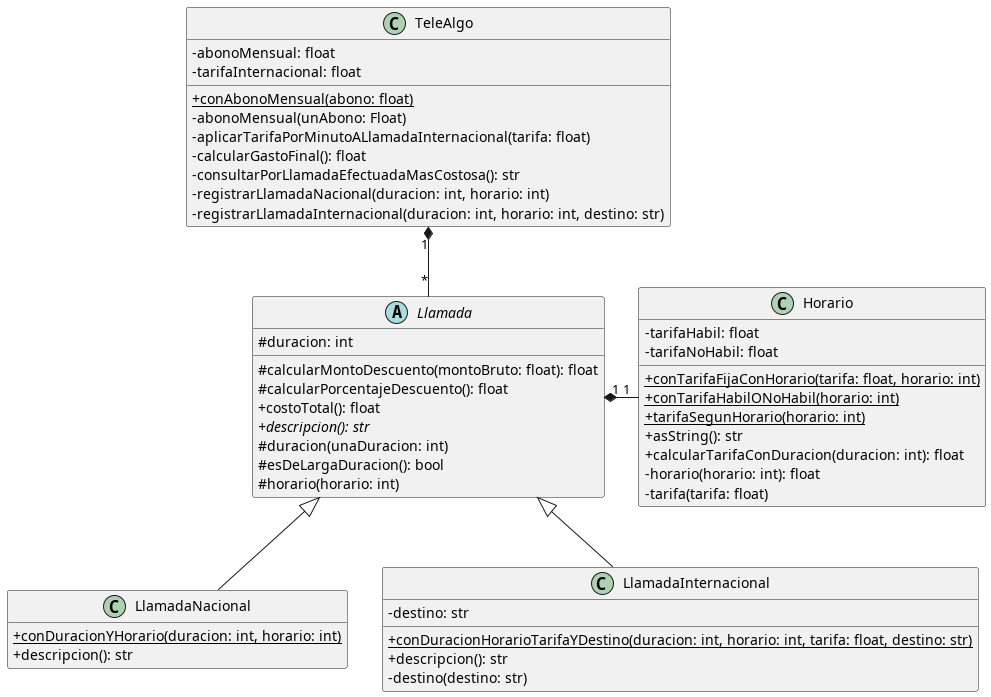
Earlier version of the PlantUML export tp1/reentrega/diagramas/build/completo.png (carlosecp/uba-algo3). Its diagram source:
```plantuml
@startuml

skinparam classAttributeIconSize 0
hide empty members

class TeleAlgo {
  - abonoMensual: float
  - tarifaInternacional: float

  {static} + conAbonoMensual(abono: float)
  - abonoMensual(unAbono: Float)
  - aplicarTarifaPorMinutoALlamadaInternacional(tarifa: float)
  - calcularGastoFinal(): float
  - consultarPorLlamadaEfectuadaMasCostosa(): str
  - registrarLlamadaNacional(duracion: int, horario: int)
  - registrarLlamadaInternacional(duracion: int, horario: int, destino: str)
}

TeleAlgo "1" *-- "*" Llamada

abstract Llamada {
  # duracion: int

  # calcularMontoDescuento(montoBruto: float): float
  # calcularPorcentajeDescuento(): float
  + costoTotal(): float
  {abstract} + descripcion(): str
  # duracion(unaDuracion: int)
  # esDeLargaDuracion(): bool
  # horario(horario: int)
}

Llamada <|-- LlamadaNacional
Llamada <|-- LlamadaInternacional

class LlamadaNacional {
  {static} + conDuracionYHorario(duracion: int, horario: int)
  + descripcion(): str
}

class LlamadaInternacional {
  - destino: str

  {static} + conDuracionHorarioTarifaYDestino(duracion: int, horario: int, tarifa: float, destino: str)
  + descripcion(): str
  - destino(destino: str)
}

Llamada "1" *-ri- "1" Horario

class Horario {
  - tarifaHabil: float
  - tarifaNoHabil: float

  {static} + conTarifaFijaConHorario(tarifa: float, horario: int)
  {static} + conTarifaHabilONoHabil(horario: int)
  {static} + tarifaSegunHorario(horario: int)
	+ asString(): str
	+ calcularTarifaConDuracion(duracion: int): float
  - horario(horario: int): float
  - tarifa(tarifa: float)
}

@enduml
```
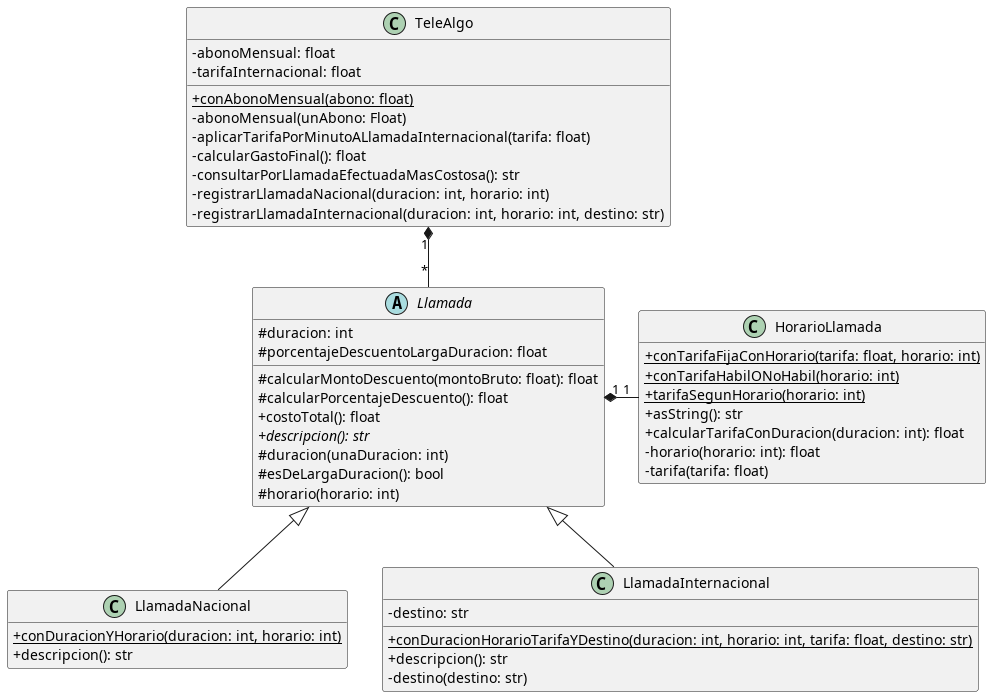
Above is the later version.

Diff of the diagram source:
```diff
@@ -20,6 +20,7 @@
 
 abstract Llamada {
   # duracion: int
+	# porcentajeDescuentoLargaDuracion: float
 
   # calcularMontoDescuento(montoBruto: float): float
   # calcularPorcentajeDescuento(): float
@@ -46,12 +47,9 @@
   - destino(destino: str)
 }
 
-Llamada "1" *-ri- "1" Horario
+Llamada "1" *-ri- "1" HorarioLlamada
 
-class Horario {
-  - tarifaHabil: float
-  - tarifaNoHabil: float
-
+class HorarioLlamada {
   {static} + conTarifaFijaConHorario(tarifa: float, horario: int)
   {static} + conTarifaHabilONoHabil(horario: int)
   {static} + tarifaSegunHorario(horario: int)
```
